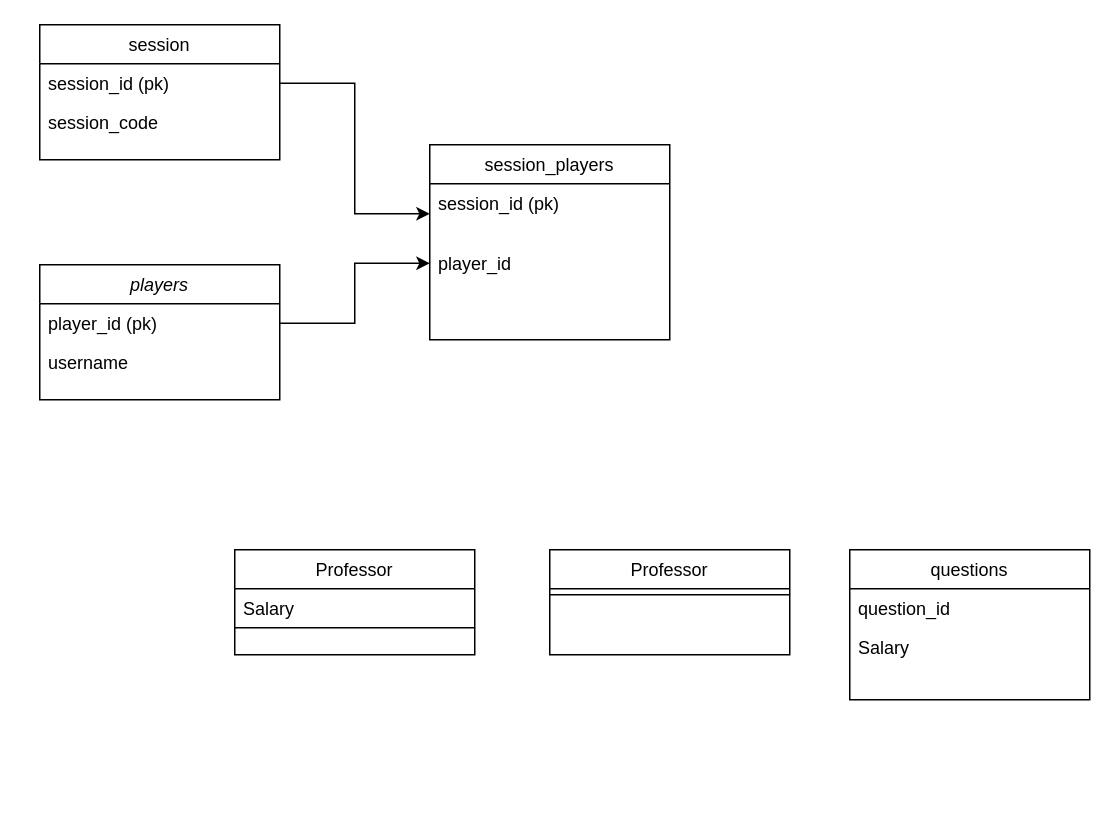
This is page "Page-1" (1 of 2) of quiplash/Untitled.drawio from coopertingey123/cjt-devpipeline-projects, a draw.io file, before an edit. Source tidied: cells renumbered, new cells numbered last; positions are measured from the earlier drawing's top-left corner, leaving out a move shared by most shapes. Both pictures are drawn from the tidied source at 150%, with x=0, y=0 at pixel (39, 24).
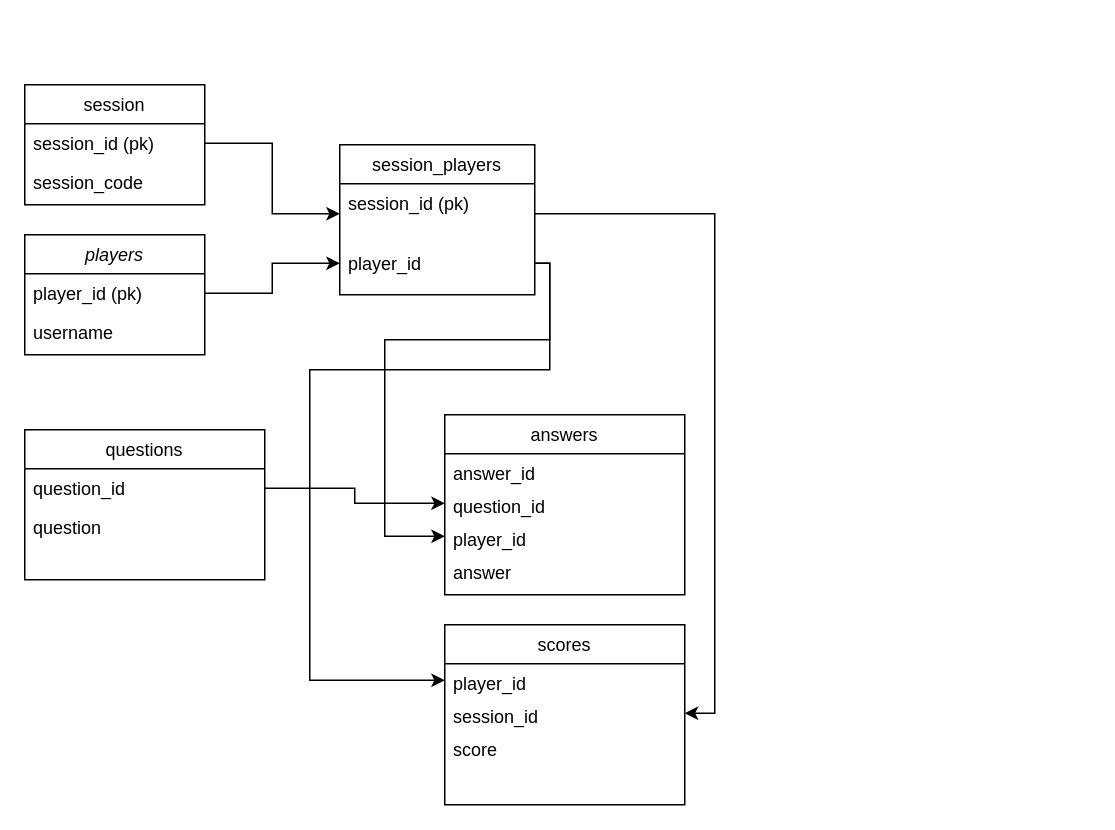
The same page after the edit.

Unchanged cells that the change refers to:
```xml
<mxCell id="19" value="question_id" style="text;align=left;verticalAlign=top;spacingLeft=4;spacingRight=4;overflow=hidden;points=[[0,0.5],[1,0.5]];portConstraint=eastwest;" parent="18" vertex="1">
  <mxGeometry y="26" width="160" height="26" as="geometry" />
</mxCell>
```

Diff of the diagram source:
```diff
@@
     <mxCell id="2" value="players" style="swimlane;fontStyle=2;align=center;verticalAlign=top;horizontal=1;startSize=26;rounded=0;shadow=0;strokeWidth=1;" parent="1" vertex="1">
-      <mxGeometry y="160" width="160" height="90" as="geometry" />
+      <mxGeometry x="-10" y="140" width="120" height="80" as="geometry" />
     </mxCell>
     <mxCell id="3" value="player_id (pk)" style="text;align=left;verticalAlign=top;spacingLeft=4;spacingRight=4;overflow=hidden;points=[[0,0.5],[1,0.5]];portConstraint=eastwest;" parent="2" vertex="1">
-      <mxGeometry y="26" width="160" height="26" as="geometry" />
+      <mxGeometry y="26" width="120" height="26" as="geometry" />
     </mxCell>
     <mxCell id="4" value="username" style="text;align=left;verticalAlign=top;spacingLeft=4;spacingRight=4;overflow=hidden;rounded=0;shadow=0;html=0;" parent="2" vertex="1">
-      <mxGeometry y="52" width="160" height="26" as="geometry" />
+      <mxGeometry y="52" width="120" height="26" as="geometry" />
     </mxCell>
     <mxCell id="5" value="session_players" style="swimlane;fontStyle=0;align=center;verticalAlign=top;horizontal=1;startSize=26;rounded=0;shadow=0;strokeWidth=1;" parent="1" vertex="1">
-      <mxGeometry x="260" y="80" width="160" height="130" as="geometry" />
+      <mxGeometry x="200" y="80" width="130" height="100" as="geometry" />
     </mxCell>
     <mxCell id="6" value="session_id (pk)" style="text;align=left;verticalAlign=top;spacingLeft=4;spacingRight=4;overflow=hidden;points=[[0,0.5],[1,0.5]];portConstraint=eastwest;rounded=0;shadow=0;html=0;" parent="5" vertex="1">
-      <mxGeometry y="26" width="160" height="40" as="geometry" />
+      <mxGeometry y="26" width="130" height="40" as="geometry" />
     </mxCell>
     <mxCell id="7" value="player_id" style="text;align=left;verticalAlign=top;spacingLeft=4;spacingRight=4;overflow=hidden;points=[[0,0.5],[1,0.5]];portConstraint=eastwest;" parent="5" vertex="1">
-      <mxGeometry y="66" width="160" height="26" as="geometry" />
+      <mxGeometry y="66" width="130" height="26" as="geometry" />
     </mxCell>
-    <mxCell id="8" value="Professor" style="swimlane;fontStyle=0;align=center;verticalAlign=top;horizontal=1;startSize=26;rounded=0;shadow=0;strokeWidth=1;" parent="1" vertex="1">
-      <mxGeometry x="130" y="350" width="160" height="70" as="geometry" />
+    <mxCell id="8" value="answers" style="swimlane;fontStyle=0;align=center;verticalAlign=top;horizontal=1;startSize=26;rounded=0;shadow=0;strokeWidth=1;" parent="1" vertex="1">
+      <mxGeometry x="270" y="260" width="160" height="120" as="geometry" />
     </mxCell>
-    <mxCell id="9" value="Salary" style="text;align=left;verticalAlign=top;spacingLeft=4;spacingRight=4;overflow=hidden;" parent="8" vertex="1">
+    <mxCell id="9" value="answer_id" style="text;align=left;verticalAlign=top;spacingLeft=4;spacingRight=4;overflow=hidden;" parent="8" vertex="1">
       <mxGeometry y="26" width="160" height="22" as="geometry" />
     </mxCell>
-    <mxCell id="10" style="line;html=1;strokeWidth=1;align=left;verticalAlign=middle;spacingTop=-1;spacingLeft=3;spacingRight=3;labelPosition=right;" parent="8" vertex="1">
-      <mxGeometry y="48" width="160" height="8" as="geometry" />
-    </mxCell>
+    <mxCell id="21" value="question_id" style="text;align=left;verticalAlign=top;spacingLeft=4;spacingRight=4;overflow=hidden;points=[[0,0.5],[1,0.5]];portConstraint=eastwest;" parent="8" vertex="1">
+      <mxGeometry y="48" width="160" height="22" as="geometry" />
+    </mxCell>
+    <mxCell id="22" value="player_id" style="text;align=left;verticalAlign=top;spacingLeft=4;spacingRight=4;overflow=hidden;points=[[0,0.5],[1,0.5]];portConstraint=eastwest;" parent="8" vertex="1">
+      <mxGeometry y="70" width="160" height="22" as="geometry" />
+    </mxCell>
+    <mxCell id="23" value="answer" style="text;align=left;verticalAlign=top;spacingLeft=4;spacingRight=4;overflow=hidden;" parent="8" vertex="1">
+      <mxGeometry y="92" width="160" height="22" as="geometry" />
+    </mxCell>
@@
     <mxCell id="12" value="session" style="swimlane;fontStyle=0;align=center;verticalAlign=top;horizontal=1;startSize=26;rounded=0;shadow=0;strokeWidth=1;" parent="1" vertex="1">
-      <mxGeometry width="160" height="90" as="geometry" />
+      <mxGeometry x="-10" y="40" width="120" height="80" as="geometry" />
     </mxCell>
     <mxCell id="13" value="session_id (pk)" style="text;align=left;verticalAlign=top;spacingLeft=4;spacingRight=4;overflow=hidden;points=[[0,0.5],[1,0.5]];portConstraint=eastwest;rounded=0;shadow=0;html=0;" parent="12" vertex="1">
-      <mxGeometry y="26" width="160" height="26" as="geometry" />
+      <mxGeometry y="26" width="120" height="26" as="geometry" />
     </mxCell>
     <mxCell id="14" value="session_code" style="text;align=left;verticalAlign=top;spacingLeft=4;spacingRight=4;overflow=hidden;rounded=0;shadow=0;html=0;" parent="12" vertex="1">
-      <mxGeometry y="52" width="160" height="26" as="geometry" />
+      <mxGeometry y="52" width="120" height="26" as="geometry" />
     </mxCell>
@@
-    <mxCell id="16" value="Professor" style="swimlane;fontStyle=0;align=center;verticalAlign=top;horizontal=1;startSize=26;rounded=0;shadow=0;strokeWidth=1;" parent="1" vertex="1">
-      <mxGeometry x="340" y="350" width="160" height="70" as="geometry" />
+    <mxCell id="16" value="scores" style="swimlane;fontStyle=0;align=center;verticalAlign=top;horizontal=1;startSize=26;rounded=0;shadow=0;strokeWidth=1;" parent="1" vertex="1">
+      <mxGeometry x="270" y="400" width="160" height="120" as="geometry" />
     </mxCell>
-    <mxCell id="17" style="line;html=1;strokeWidth=1;align=left;verticalAlign=middle;spacingTop=-1;spacingLeft=3;spacingRight=3;labelPosition=right;" parent="16" vertex="1">
-      <mxGeometry y="26" width="160" height="8" as="geometry" />
-    </mxCell>
+    <mxCell id="24" value="player_id" style="text;align=left;verticalAlign=top;spacingLeft=4;spacingRight=4;overflow=hidden;points=[[0,0.5],[1,0.5]];portConstraint=eastwest;" parent="16" vertex="1">
+      <mxGeometry y="26" width="160" height="22" as="geometry" />
+    </mxCell>
+    <mxCell id="25" value="session_id" style="text;align=left;verticalAlign=top;spacingLeft=4;spacingRight=4;overflow=hidden;points=[[0,0.5],[1,0.5]];portConstraint=eastwest;" parent="16" vertex="1">
+      <mxGeometry y="48" width="160" height="22" as="geometry" />
+    </mxCell>
+    <mxCell id="26" value="score" style="text;align=left;verticalAlign=top;spacingLeft=4;spacingRight=4;overflow=hidden;" parent="16" vertex="1">
+      <mxGeometry y="70" width="160" height="22" as="geometry" />
+    </mxCell>
     <mxCell id="18" value="questions" style="swimlane;fontStyle=0;align=center;verticalAlign=top;horizontal=1;startSize=26;rounded=0;shadow=0;strokeWidth=1;" parent="1" vertex="1">
-      <mxGeometry x="540" y="350" width="160" height="100" as="geometry" />
+      <mxGeometry x="-10" y="270" width="160" height="100" as="geometry" />
     </mxCell>
@@
-    <mxCell id="20" value="Salary" style="text;align=left;verticalAlign=top;spacingLeft=4;spacingRight=4;overflow=hidden;" parent="18" vertex="1">
+    <mxCell id="20" value="question" style="text;align=left;verticalAlign=top;spacingLeft=4;spacingRight=4;overflow=hidden;" parent="18" vertex="1">
       <mxGeometry y="52" width="160" height="26" as="geometry" />
     </mxCell>
+    <mxCell id="27" style="edgeStyle=orthogonalEdgeStyle;rounded=0;jettySize=auto;html=1;entryX=0;entryY=0.5;entryDx=0;entryDy=0;" parent="1" edge="1" source="19" target="21">
+      <mxGeometry relative="1" as="geometry" />
+    </mxCell>
+    <mxCell id="28" style="edgeStyle=orthogonalEdgeStyle;rounded=0;jettySize=auto;html=1;entryX=1;entryY=0.5;entryDx=0;entryDy=0;" parent="1" edge="1" source="6" target="25">
+      <mxGeometry relative="1" as="geometry" />
+    </mxCell>
+    <mxCell id="29" style="edgeStyle=orthogonalEdgeStyle;rounded=0;jettySize=auto;html=1;entryX=0;entryY=0.5;entryDx=0;entryDy=0;" parent="1" edge="1" source="7" target="22">
+      <mxGeometry relative="1" as="geometry">
+        <Array as="points">
+          <mxPoint x="340" y="159" />
+          <mxPoint x="340" y="210" />
+          <mxPoint x="230" y="210" />
+          <mxPoint x="230" y="341" />
+        </Array>
+      </mxGeometry>
+    </mxCell>
+    <mxCell id="30" style="edgeStyle=orthogonalEdgeStyle;rounded=0;jettySize=auto;html=1;exitX=1;exitY=0.5;exitDx=0;exitDy=0;entryX=0;entryY=0.5;entryDx=0;entryDy=0;" parent="1" edge="1" source="7" target="24">
+      <mxGeometry relative="1" as="geometry">
+        <Array as="points">
+          <mxPoint x="340" y="159" />
+          <mxPoint x="340" y="230" />
+          <mxPoint x="180" y="230" />
+          <mxPoint x="180" y="437" />
+        </Array>
+      </mxGeometry>
+    </mxCell>
```
